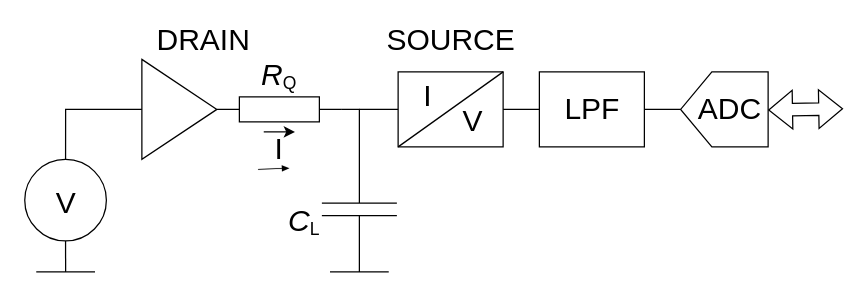
OJB-Quantum/QC-Hardware-How-To keeps this draw.io diagram as LaTeX Source Files/Untitled Diagram.drawio. Above is the earlier version. Source tidied: cells renumbered, new cells numbered last; positions are measured from the earlier drawing's top-left corner, leaving out a move shared by most shapes. Both pictures are drawn from the tidied source at 125%, with x=0, y=0 at pixel (21, 21).
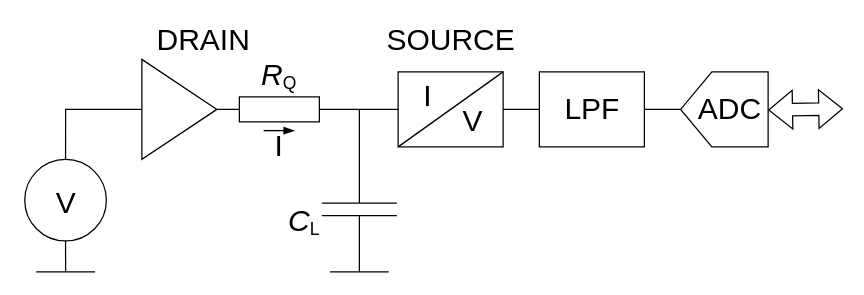
The same page after the edit.

Commit message:
Update Quantum Point Contact

What changed in the source:
```diff
@@
     <mxCell id="29" value="&lt;font face=&quot;IBM Plex Sans&quot; style=&quot;font-size: 24px;&quot;&gt;I&lt;/font&gt;" style="text;html=1;strokeColor=none;fillColor=none;align=center;verticalAlign=middle;whiteSpace=wrap;rounded=0;shadow=0;" parent="1" vertex="1">
-      <mxGeometry x="201" y="92" width="10" height="20" as="geometry" />
+      <mxGeometry x="201" y="90" width="10" height="20" as="geometry" />
     </mxCell>
-    <mxCell id="30" style="endArrow=classic;html=1;rounded=0;" parent="1" edge="1">
-      <mxGeometry relative="1" as="geometry">
-        <mxPoint x="193.5" y="88" as="sourcePoint" />
-        <mxPoint x="218.5" y="88" as="targetPoint" />
-        <Array as="points">
-          <mxPoint x="206.5" y="88" />
-        </Array>
-      </mxGeometry>
-    </mxCell>
-    <mxCell id="31" style="shape=flexArrow;endArrow=classic;html=1;rounded=0;fillColor=#000000;endWidth=4.345057894572579;endSize=2.0037735849056606;width=0.5929919137466307;strokeWidth=0;" parent="1" edge="1">
+    <mxCell id="31" style="shape=flexArrow;endArrow=classic;html=1;rounded=0;fillColor=#000000;endWidth=5.144498057446699;endSize=3.0829268292682928;width=1.0840108401084012;strokeWidth=0;" parent="1" edge="1">
       <mxGeometry relative="1" as="geometry">
-        <mxPoint x="189" y="118" as="sourcePoint" />
-        <mxPoint x="214" y="117" as="targetPoint" />
+        <mxPoint x="193.5" y="87" as="sourcePoint" />
+        <mxPoint x="218.5" y="87" as="targetPoint" />
       </mxGeometry>
     </mxCell>
```
